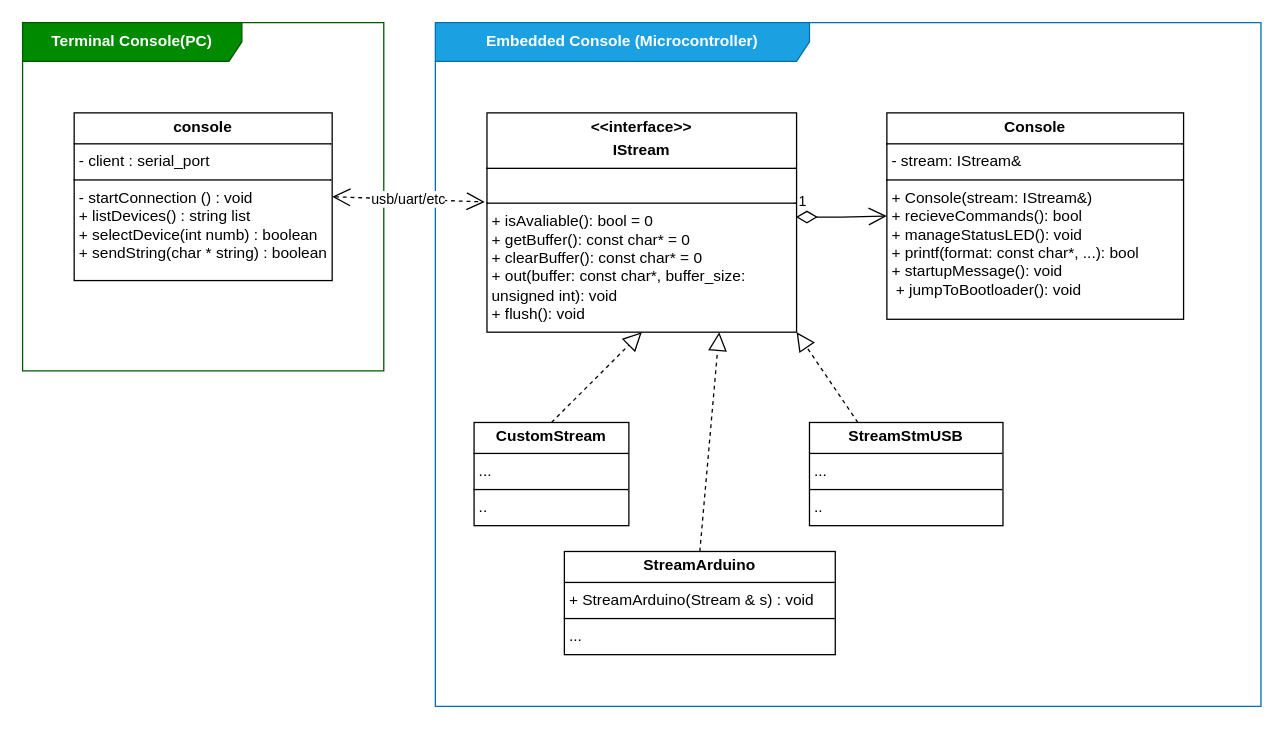
The draw.io diagram doc/pic/overview_uml.drawio in Flynsky/Embedded_Console, before the edit. Source tidied: cells renumbered, new cells numbered last; positions are measured from the earlier drawing's top-left corner, leaving out a move shared by most shapes. Both pictures are drawn from the tidied source at 129%, with x=0, y=0 at pixel (22, 22).
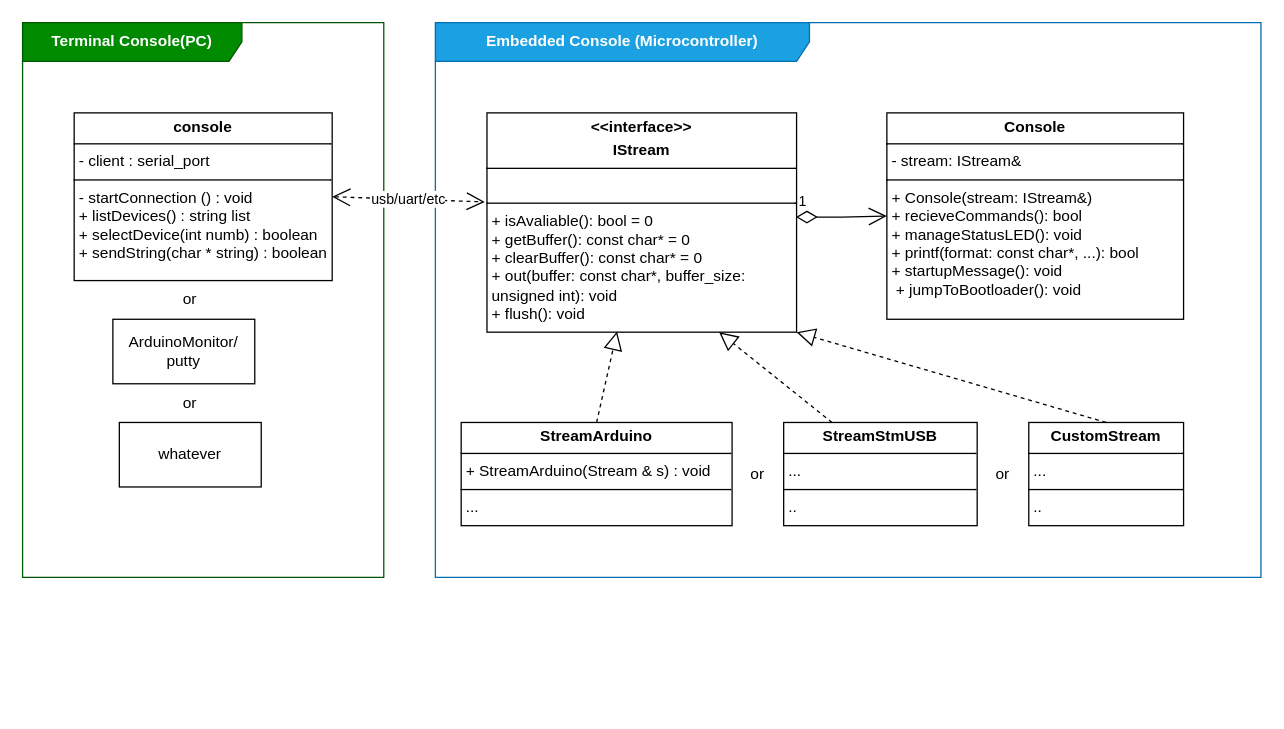
Above is the later version.

Unchanged cells that the change refers to:
```xml
<mxCell id="4" value="&lt;p style=&quot;margin:0px;margin-top:4px;text-align:center;&quot;&gt;&lt;b&gt;&amp;lt;&amp;lt;interface&amp;gt;&amp;gt;&lt;/b&gt;&lt;/p&gt;&lt;p style=&quot;margin:0px;margin-top:4px;text-align:center;&quot;&gt;&lt;b&gt;IStream&lt;/b&gt;&lt;/p&gt;&lt;hr size=&quot;1&quot; style=&quot;border-style:solid;&quot;&gt;&lt;p style=&quot;margin:0px;margin-left:4px;&quot;&gt;&lt;br&gt;&lt;/p&gt;&lt;hr size=&quot;1&quot; style=&quot;border-style:solid;&quot;&gt;&lt;p style=&quot;margin:0px;margin-left:4px;&quot;&gt;+ isAvaliable(): bool = 0&amp;nbsp;&amp;nbsp;&lt;/p&gt;&lt;p style=&quot;margin:0px;margin-left:4px;&quot;&gt;+ getBuffer(): const char* = 0&amp;nbsp;&amp;nbsp;&lt;/p&gt;&lt;p style=&quot;margin:0px;margin-left:4px;&quot;&gt;+ clearBuffer(): const char* = 0&amp;nbsp;&amp;nbsp;&lt;/p&gt;&lt;p style=&quot;margin:0px;margin-left:4px;&quot;&gt;+ out(buffer: const char*, buffer_size: unsigned int): void&amp;nbsp;&amp;nbsp;&lt;/p&gt;&lt;p style=&quot;margin:0px;margin-left:4px;&quot;&gt;+ flush(): void&amp;nbsp;&amp;nbsp;&lt;/p&gt;&lt;div&gt;&lt;br&gt;&lt;/div&gt;&lt;p style=&quot;margin:0px;margin-left:4px;&quot;&gt;&lt;br&gt;&lt;/p&gt;" style="verticalAlign=top;align=left;overflow=fill;html=1;whiteSpace=wrap;" parent="1" vertex="1">
  <mxGeometry x="360" y="70" width="240" height="170" as="geometry" />
</mxCell>
```

Diff of the diagram source:
```diff
@@
     <mxCell id="2" value="&lt;span style=&quot;font-weight: 700;&quot;&gt;Embedded Console (Microcontroller)&lt;/span&gt;" style="shape=umlFrame;whiteSpace=wrap;html=1;width=290;height=30;fillColor=#1ba1e2;fontColor=#ffffff;strokeColor=#006EAF;" parent="1" vertex="1">
-      <mxGeometry x="320" width="640" height="530" as="geometry" />
+      <mxGeometry x="320" width="640" height="430" as="geometry" />
     </mxCell>
@@
     <mxCell id="5" value="&lt;span style=&quot;font-weight: 700;&quot;&gt;Terminal Console(PC)&lt;/span&gt;" style="shape=umlFrame;whiteSpace=wrap;html=1;width=170;height=30;fillColor=#008a00;fontColor=#ffffff;strokeColor=#005700;" parent="1" vertex="1">
-      <mxGeometry width="280" height="270" as="geometry" />
+      <mxGeometry width="280" height="430" as="geometry" />
     </mxCell>
@@
     <mxCell id="9" value="&lt;p style=&quot;margin:0px;margin-top:4px;text-align:center;&quot;&gt;&lt;b style=&quot;background-color: transparent; color: light-dark(rgb(0, 0, 0), rgb(255, 255, 255));&quot;&gt;StreamArduino&lt;/b&gt;&lt;/p&gt;&lt;hr size=&quot;1&quot; style=&quot;border-style:solid;&quot;&gt;&lt;p style=&quot;margin:0px;margin-left:4px;&quot;&gt;+ StreamArduino(Stream &amp;amp; s) : void&lt;/p&gt;&lt;hr size=&quot;1&quot; style=&quot;border-style:solid;&quot;&gt;&lt;p style=&quot;margin:0px;margin-left:4px;&quot;&gt;...&lt;/p&gt;&lt;div&gt;&lt;br&gt;&lt;/div&gt;&lt;p style=&quot;margin:0px;margin-left:4px;&quot;&gt;&lt;br&gt;&lt;/p&gt;" style="verticalAlign=top;align=left;overflow=fill;html=1;whiteSpace=wrap;" parent="1" vertex="1">
-      <mxGeometry x="420" y="410" width="210" height="80" as="geometry" />
+      <mxGeometry x="340" y="310" width="210" height="80" as="geometry" />
     </mxCell>
     <mxCell id="10" value="&lt;p style=&quot;margin:0px;margin-top:4px;text-align:center;&quot;&gt;&lt;b style=&quot;background-color: transparent; color: light-dark(rgb(0, 0, 0), rgb(255, 255, 255));&quot;&gt;StreamStmUSB&lt;/b&gt;&lt;/p&gt;&lt;hr size=&quot;1&quot; style=&quot;border-style:solid;&quot;&gt;&lt;p style=&quot;margin:0px;margin-left:4px;&quot;&gt;...&lt;/p&gt;&lt;hr size=&quot;1&quot; style=&quot;border-style:solid;&quot;&gt;&lt;p style=&quot;margin:0px;margin-left:4px;&quot;&gt;..&lt;/p&gt;&lt;div&gt;&lt;br&gt;&lt;/div&gt;&lt;p style=&quot;margin:0px;margin-left:4px;&quot;&gt;&lt;br&gt;&lt;/p&gt;" style="verticalAlign=top;align=left;overflow=fill;html=1;whiteSpace=wrap;" parent="1" vertex="1">
-      <mxGeometry x="610" y="310" width="150" height="80" as="geometry" />
+      <mxGeometry x="590" y="310" width="150" height="80" as="geometry" />
     </mxCell>
-    <mxCell id="11" style="endArrow=block;dashed=1;endFill=0;endSize=12;html=1;rounded=0;exitX=0.5;exitY=0;exitDx=0;exitDy=0;" parent="1" edge="1" source="9">
-      <mxGeometry relative="1" as="geometry">
-        <mxPoint x="540" y="240" as="targetPoint" />
-      </mxGeometry>
+    <mxCell id="11" style="endArrow=block;dashed=1;endFill=0;endSize=12;html=1;rounded=0;exitX=0.5;exitY=0;exitDx=0;exitDy=0;entryX=0.42;entryY=0.997;entryDx=0;entryDy=0;entryPerimeter=0;" parent="1" edge="1" source="9" target="4">
+      <mxGeometry relative="1" as="geometry" />
     </mxCell>
-    <mxCell id="12" style="endArrow=block;dashed=1;endFill=0;endSize=12;html=1;rounded=0;exitX=0.25;exitY=0;exitDx=0;exitDy=0;entryX=1;entryY=1;entryDx=0;entryDy=0;" parent="1" edge="1" source="10" target="4">
+    <mxCell id="12" style="endArrow=block;dashed=1;endFill=0;endSize=12;html=1;rounded=0;exitX=0.25;exitY=0;exitDx=0;exitDy=0;entryX=0.75;entryY=1;entryDx=0;entryDy=0;" parent="1" edge="1" source="10" target="4">
       <mxGeometry relative="1" as="geometry" />
     </mxCell>
     <mxCell id="13" value="&lt;p style=&quot;margin:0px;margin-top:4px;text-align:center;&quot;&gt;&lt;b style=&quot;background-color: transparent; color: light-dark(rgb(0, 0, 0), rgb(255, 255, 255));&quot;&gt;CustomStream&lt;/b&gt;&lt;/p&gt;&lt;hr size=&quot;1&quot; style=&quot;border-style:solid;&quot;&gt;&lt;p style=&quot;margin:0px;margin-left:4px;&quot;&gt;...&lt;/p&gt;&lt;hr size=&quot;1&quot; style=&quot;border-style:solid;&quot;&gt;&lt;p style=&quot;margin:0px;margin-left:4px;&quot;&gt;..&lt;/p&gt;&lt;div&gt;&lt;br&gt;&lt;/div&gt;&lt;p style=&quot;margin:0px;margin-left:4px;&quot;&gt;&lt;br&gt;&lt;/p&gt;" style="verticalAlign=top;align=left;overflow=fill;html=1;whiteSpace=wrap;" parent="1" vertex="1">
-      <mxGeometry x="350" y="310" width="120" height="80" as="geometry" />
+      <mxGeometry x="780" y="310" width="120" height="80" as="geometry" />
     </mxCell>
-    <mxCell id="14" style="endArrow=block;dashed=1;endFill=0;endSize=12;html=1;rounded=0;exitX=0.5;exitY=0;exitDx=0;exitDy=0;entryX=0.5;entryY=1;entryDx=0;entryDy=0;" parent="1" edge="1" source="13" target="4">
-      <mxGeometry relative="1" as="geometry">
-        <Array as="points">
-          <mxPoint x="480" y="240" />
-        </Array>
-      </mxGeometry>
+    <mxCell id="14" style="endArrow=block;dashed=1;endFill=0;endSize=12;html=1;rounded=0;exitX=0.5;exitY=0;exitDx=0;exitDy=0;entryX=1;entryY=1;entryDx=0;entryDy=0;" parent="1" edge="1" source="13" target="4">
+      <mxGeometry relative="1" as="geometry" />
     </mxCell>
+    <mxCell id="15" value="or" style="text;html=1;align=center;verticalAlign=middle;whiteSpace=wrap;rounded=0;" parent="1" vertex="1">
+      <mxGeometry x="100" y="200" width="60" height="30" as="geometry" />
+    </mxCell>
+    <mxCell id="16" value="ArduinoMonitor/&lt;div&gt;putty&lt;/div&gt;" style="html=1;whiteSpace=wrap;" parent="1" vertex="1">
+      <mxGeometry x="70" y="230" width="110" height="50" as="geometry" />
+    </mxCell>
+    <mxCell id="17" value="or" style="text;html=1;align=center;verticalAlign=middle;whiteSpace=wrap;rounded=0;" parent="1" vertex="1">
+      <mxGeometry x="100" y="280" width="60" height="30" as="geometry" />
+    </mxCell>
+    <mxCell id="18" value="whatever" style="html=1;whiteSpace=wrap;" parent="1" vertex="1">
+      <mxGeometry x="75" y="310" width="110" height="50" as="geometry" />
+    </mxCell>
+    <mxCell id="19" value="or" style="text;html=1;align=center;verticalAlign=middle;whiteSpace=wrap;rounded=0;" parent="1" vertex="1">
+      <mxGeometry x="540" y="335" width="60" height="30" as="geometry" />
+    </mxCell>
+    <mxCell id="20" value="or" style="text;html=1;align=center;verticalAlign=middle;whiteSpace=wrap;rounded=0;" parent="1" vertex="1">
+      <mxGeometry x="730" y="335" width="60" height="30" as="geometry" />
+    </mxCell>
```
